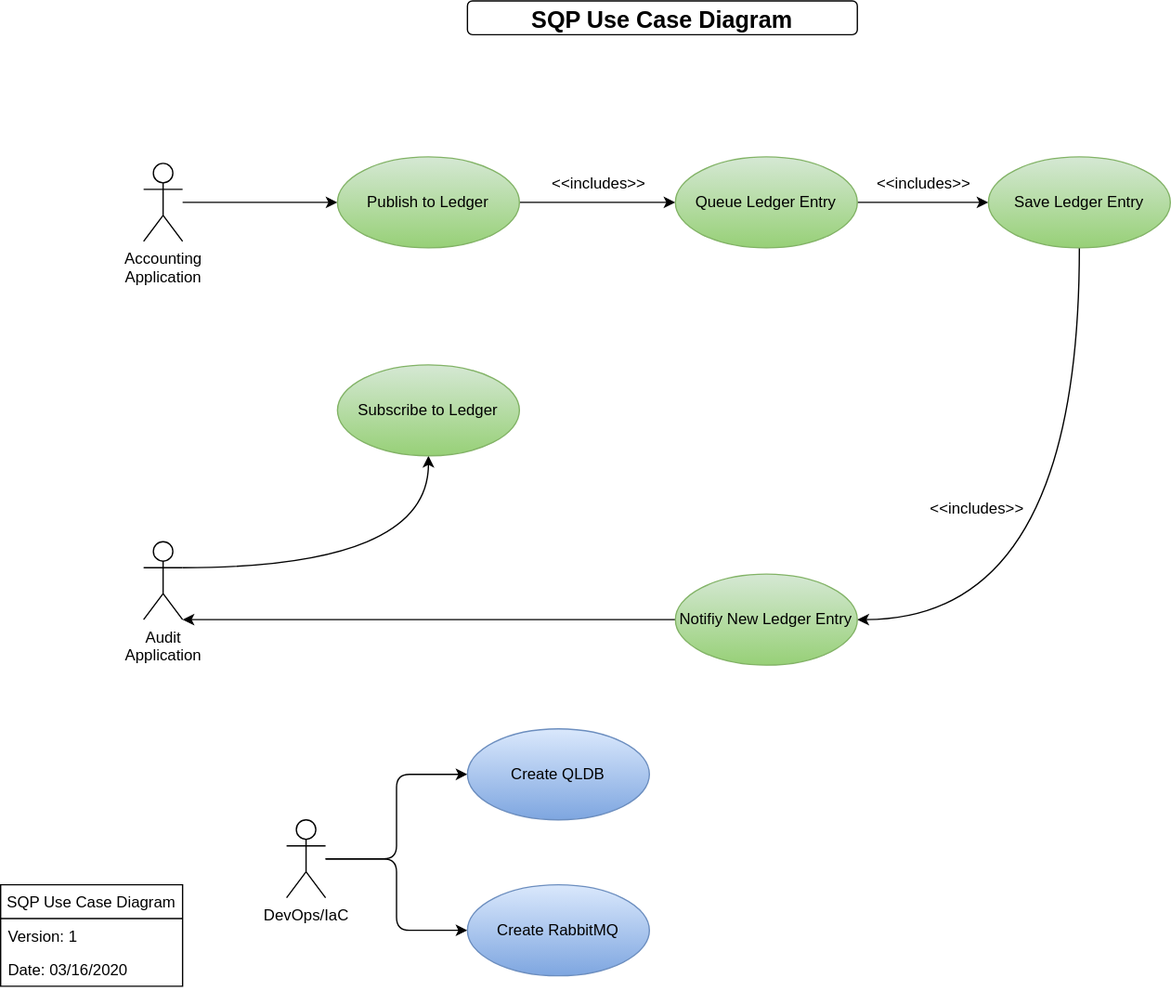
Before: SQIP-Model-SQP-Use-Case-Diagram.svg, a diagram exported from draw.io (CivicActions/SQIP). Source tidied: cells renumbered, new cells last; positions are measured from the earlier drawing's top-left corner, leaving out a move shared by most shapes. The source it was exported from:
```xml
<mxGraphModel background="#ffffff">
  <root>
    <mxCell id="0" />
    <mxCell id="1" parent="0" />
    <object id="2" label="%page%" placeholders="1">
      <mxCell style="swimlane;fontStyle=0;horizontal=1;startSize=26;fillColor=none;" parent="1" vertex="1">
        <mxGeometry y="680" width="140" height="78" as="geometry" />
      </mxCell>
    </object>
    <object id="3" label="Version: %version%" placeholders="1">
      <mxCell style="text;strokeColor=none;fillColor=none;align=left;verticalAlign=top;spacingLeft=4;spacingRight=4;overflow=hidden;" parent="2" vertex="1">
        <mxGeometry y="26" width="140" height="26" as="geometry" />
      </mxCell>
    </object>
    <mxCell id="4" value="Date: 03/16/2020" style="text;strokeColor=none;fillColor=none;align=left;verticalAlign=top;spacingLeft=4;spacingRight=4;overflow=hidden;" parent="2" vertex="1">
      <mxGeometry y="52" width="140" height="26" as="geometry" />
    </mxCell>
    <object id="5" label="%page%" placeholders="1">
      <mxCell style="text;align=center;verticalAlign=middle;spacingLeft=4;spacingRight=4;fillColor=none;fontSize=18;fontStyle=1;strokeColor=#000000;rounded=1;" parent="1" vertex="1">
        <mxGeometry x="359.2" width="300" height="26" as="geometry" />
      </mxCell>
    </object>
    <mxCell id="6" style="edgeStyle=orthogonalEdgeStyle;curved=1;jettySize=auto;html=1;" parent="1" edge="1" source="7" target="10">
      <mxGeometry relative="1" as="geometry" />
    </mxCell>
    <mxCell id="7" value="Accounting&lt;br&gt;Application" style="shape=umlActor;verticalLabelPosition=bottom;labelBackgroundColor=#ffffff;verticalAlign=top;html=1;" parent="1" vertex="1">
      <mxGeometry x="110" y="125" width="30" height="60" as="geometry" />
    </mxCell>
    <mxCell id="8" style="edgeStyle=orthogonalEdgeStyle;rounded=0;jettySize=auto;html=1;" parent="1" edge="1" source="10" target="13">
      <mxGeometry relative="1" as="geometry" />
    </mxCell>
    <mxCell id="9" value="&amp;lt;&amp;lt;includes&amp;gt;&amp;gt;" style="text;html=1;align=center;verticalAlign=middle;labelBackgroundColor=#ffffff;" parent="8" vertex="1">
      <mxGeometry x="0.18" relative="1" as="geometry">
        <mxPoint x="-10.2" y="-15" as="offset" />
      </mxGeometry>
    </mxCell>
    <mxCell id="10" value="Publish to Ledger" style="ellipse;whiteSpace=wrap;html=1;gradientColor=#97d077;fillColor=#d5e8d4;strokeColor=#82b366;" parent="1" vertex="1">
      <mxGeometry x="259.2" y="120" width="140" height="70" as="geometry" />
    </mxCell>
    <mxCell id="11" style="edgeStyle=orthogonalEdgeStyle;rounded=0;jettySize=auto;html=1;" parent="1" edge="1" source="13" target="16">
      <mxGeometry relative="1" as="geometry" />
    </mxCell>
    <mxCell id="12" value="&amp;lt;&amp;lt;includes&amp;gt;&amp;gt;" style="text;html=1;align=center;verticalAlign=middle;labelBackgroundColor=#ffffff;" parent="11" vertex="1">
      <mxGeometry x="-0.15" y="-1" relative="1" as="geometry">
        <mxPoint x="7.8" y="-16" as="offset" />
      </mxGeometry>
    </mxCell>
    <mxCell id="13" value="Queue Ledger Entry" style="ellipse;whiteSpace=wrap;html=1;gradientColor=#97d077;fillColor=#d5e8d4;strokeColor=#82b366;" parent="1" vertex="1">
      <mxGeometry x="519.2" y="120" width="140" height="70" as="geometry" />
    </mxCell>
    <mxCell id="14" style="edgeStyle=orthogonalEdgeStyle;jettySize=auto;html=1;curved=1;entryX=1;entryY=0.5;entryDx=0;entryDy=0;exitX=0.5;exitY=1;exitDx=0;exitDy=0;" parent="1" edge="1" source="16" target="18">
      <mxGeometry relative="1" as="geometry" />
    </mxCell>
    <mxCell id="15" value="&amp;lt;&amp;lt;includes&amp;gt;&amp;gt;" style="text;html=1;align=center;verticalAlign=middle;labelBackgroundColor=#ffffff;" parent="14" vertex="1">
      <mxGeometry x="-0.05" y="-43" relative="1" as="geometry">
        <mxPoint x="-37" y="-16" as="offset" />
      </mxGeometry>
    </mxCell>
    <mxCell id="16" value="Save Ledger Entry" style="ellipse;whiteSpace=wrap;html=1;gradientColor=#97d077;fillColor=#d5e8d4;strokeColor=#82b366;" parent="1" vertex="1">
      <mxGeometry x="760" y="120" width="140" height="70" as="geometry" />
    </mxCell>
    <mxCell id="17" style="edgeStyle=orthogonalEdgeStyle;rounded=1;jettySize=auto;html=1;entryX=1;entryY=1;entryDx=0;entryDy=0;entryPerimeter=0;exitX=0;exitY=0.5;exitDx=0;exitDy=0;" parent="1" edge="1" source="18" target="20">
      <mxGeometry relative="1" as="geometry">
        <Array as="points">
          <mxPoint x="230" y="476" />
          <mxPoint x="230" y="476" />
        </Array>
      </mxGeometry>
    </mxCell>
    <mxCell id="18" value="Notifiy New Ledger Entry" style="ellipse;whiteSpace=wrap;html=1;gradientColor=#97d077;fillColor=#d5e8d4;strokeColor=#82b366;" parent="1" vertex="1">
      <mxGeometry x="519.2" y="441" width="140" height="70" as="geometry" />
    </mxCell>
    <mxCell id="19" style="edgeStyle=orthogonalEdgeStyle;jettySize=auto;html=1;exitX=1;exitY=0.3333333333333333;exitDx=0;exitDy=0;exitPerimeter=0;curved=1;" parent="1" edge="1" source="20" target="21">
      <mxGeometry relative="1" as="geometry" />
    </mxCell>
    <mxCell id="20" value="Audit&lt;br&gt;Application" style="shape=umlActor;verticalLabelPosition=bottom;labelBackgroundColor=#ffffff;verticalAlign=top;html=1;" parent="1" vertex="1">
      <mxGeometry x="110" y="416" width="30" height="60" as="geometry" />
    </mxCell>
    <mxCell id="21" value="Subscribe to Ledger" style="ellipse;whiteSpace=wrap;html=1;gradientColor=#97d077;fillColor=#d5e8d4;strokeColor=#82b366;" parent="1" vertex="1">
      <mxGeometry x="259.2" y="280" width="140" height="70" as="geometry" />
    </mxCell>
    <mxCell id="22" style="edgeStyle=orthogonalEdgeStyle;rounded=1;jettySize=auto;html=1;entryX=0;entryY=0.5;entryDx=0;entryDy=0;" parent="1" edge="1" source="24" target="25">
      <mxGeometry relative="1" as="geometry" />
    </mxCell>
    <mxCell id="23" style="edgeStyle=orthogonalEdgeStyle;rounded=1;jettySize=auto;html=1;entryX=0;entryY=0.5;entryDx=0;entryDy=0;" parent="1" edge="1" source="24" target="26">
      <mxGeometry relative="1" as="geometry" />
    </mxCell>
    <mxCell id="24" value="DevOps/IaC" style="shape=umlActor;verticalLabelPosition=bottom;labelBackgroundColor=#ffffff;verticalAlign=top;html=1;" parent="1" vertex="1">
      <mxGeometry x="220" y="630" width="30" height="60" as="geometry" />
    </mxCell>
    <mxCell id="25" value="Create QLDB" style="ellipse;whiteSpace=wrap;html=1;fillColor=#dae8fc;gradientColor=#7ea6e0;strokeColor=#6c8ebf;" parent="1" vertex="1">
      <mxGeometry x="359.2" y="560" width="140" height="70" as="geometry" />
    </mxCell>
    <mxCell id="26" value="Create RabbitMQ" style="ellipse;whiteSpace=wrap;html=1;fillColor=#dae8fc;gradientColor=#7ea6e0;strokeColor=#6c8ebf;" parent="1" vertex="1">
      <mxGeometry x="359.2" y="680" width="140" height="70" as="geometry" />
    </mxCell>
  </root>
</mxGraphModel>
```
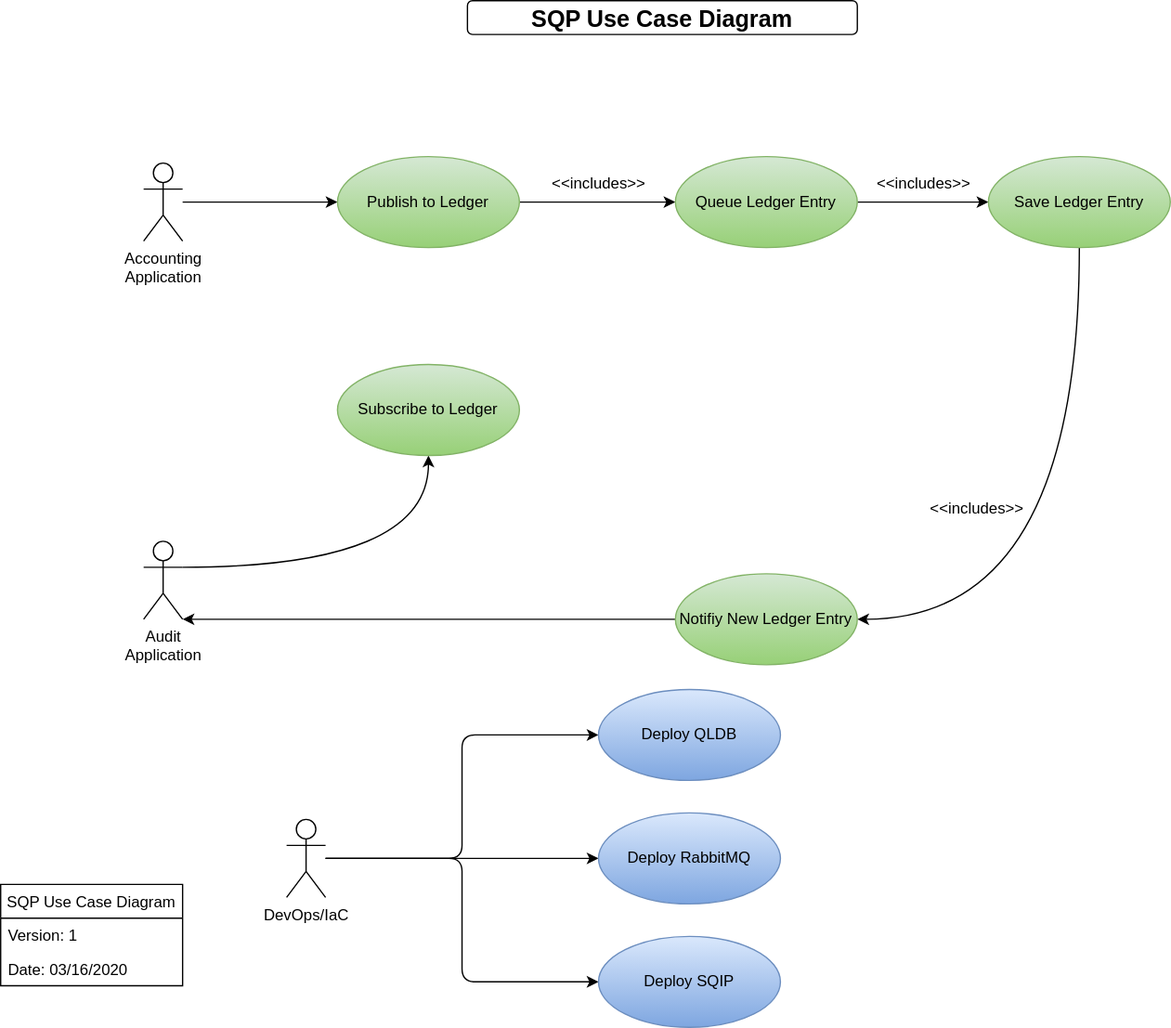
The same diagram one commit later.

Commit message:
#14 add deploy SQIP to use case model

The edit, as a diff of the source:
```diff
@@ -79,20 +79,26 @@
     <mxCell id="21" value="Subscribe to Ledger" style="ellipse;whiteSpace=wrap;html=1;gradientColor=#97d077;fillColor=#d5e8d4;strokeColor=#82b366;" parent="1" vertex="1">
       <mxGeometry x="259.2" y="280" width="140" height="70" as="geometry" />
     </mxCell>
-    <mxCell id="22" style="edgeStyle=orthogonalEdgeStyle;rounded=1;jettySize=auto;html=1;entryX=0;entryY=0.5;entryDx=0;entryDy=0;" parent="1" edge="1" source="24" target="25">
+    <mxCell id="22" style="edgeStyle=orthogonalEdgeStyle;rounded=1;jettySize=auto;html=1;entryX=0;entryY=0.5;entryDx=0;entryDy=0;" parent="1" edge="1" source="25" target="26">
       <mxGeometry relative="1" as="geometry" />
     </mxCell>
-    <mxCell id="23" style="edgeStyle=orthogonalEdgeStyle;rounded=1;jettySize=auto;html=1;entryX=0;entryY=0.5;entryDx=0;entryDy=0;" parent="1" edge="1" source="24" target="26">
+    <mxCell id="23" style="edgeStyle=orthogonalEdgeStyle;rounded=1;jettySize=auto;html=1;entryX=0;entryY=0.5;entryDx=0;entryDy=0;" parent="1" edge="1" source="25" target="27">
       <mxGeometry relative="1" as="geometry" />
     </mxCell>
-    <mxCell id="24" value="DevOps/IaC" style="shape=umlActor;verticalLabelPosition=bottom;labelBackgroundColor=#ffffff;verticalAlign=top;html=1;" parent="1" vertex="1">
-      <mxGeometry x="220" y="630" width="30" height="60" as="geometry" />
+    <mxCell id="24" style="edgeStyle=orthogonalEdgeStyle;rounded=1;jettySize=auto;html=1;entryX=0;entryY=0.5;entryDx=0;entryDy=0;" parent="1" edge="1" source="25" target="28">
+      <mxGeometry relative="1" as="geometry" />
     </mxCell>
-    <mxCell id="25" value="Create QLDB" style="ellipse;whiteSpace=wrap;html=1;fillColor=#dae8fc;gradientColor=#7ea6e0;strokeColor=#6c8ebf;" parent="1" vertex="1">
-      <mxGeometry x="359.2" y="560" width="140" height="70" as="geometry" />
+    <mxCell id="25" value="DevOps/IaC" style="shape=umlActor;verticalLabelPosition=bottom;labelBackgroundColor=#ffffff;verticalAlign=top;html=1;" parent="1" vertex="1">
+      <mxGeometry x="220" y="630" width="30" height="60" as="geometry" />
     </mxCell>
-    <mxCell id="26" value="Create RabbitMQ" style="ellipse;whiteSpace=wrap;html=1;fillColor=#dae8fc;gradientColor=#7ea6e0;strokeColor=#6c8ebf;" parent="1" vertex="1">
-      <mxGeometry x="359.2" y="680" width="140" height="70" as="geometry" />
+    <mxCell id="26" value="Deploy QLDB" style="ellipse;whiteSpace=wrap;html=1;fillColor=#dae8fc;gradientColor=#7ea6e0;strokeColor=#6c8ebf;" parent="1" vertex="1">
+      <mxGeometry x="460" y="530" width="140" height="70" as="geometry" />
     </mxCell>
+    <mxCell id="27" value="Deploy RabbitMQ" style="ellipse;whiteSpace=wrap;html=1;fillColor=#dae8fc;gradientColor=#7ea6e0;strokeColor=#6c8ebf;" parent="1" vertex="1">
+      <mxGeometry x="460" y="625" width="140" height="70" as="geometry" />
+    </mxCell>
+    <mxCell id="28" value="Deploy SQIP" style="ellipse;whiteSpace=wrap;html=1;fillColor=#dae8fc;gradientColor=#7ea6e0;strokeColor=#6c8ebf;" parent="1" vertex="1">
+      <mxGeometry x="460" y="720" width="140" height="70" as="geometry" />
+    </mxCell>
   </root>
 </mxGraphModel>
```
